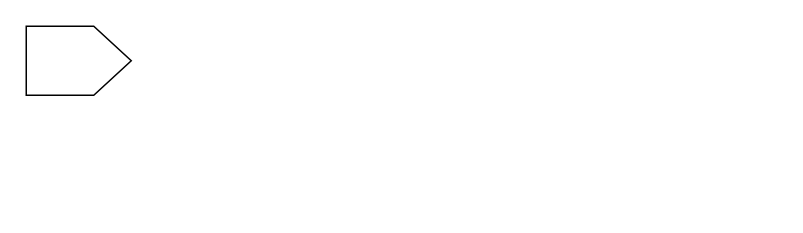
This is lab1/Untitled Diagram.drawio from MoriARosland/sensor-lab, a draw.io file, before an edit. Source tidied: cells renumbered, new cells numbered last; positions are measured from the earlier drawing's top-left corner, leaving out a move shared by most shapes. Both pictures are drawn from the tidied source at 150%, with x=0, y=0 at pixel (26, 26).
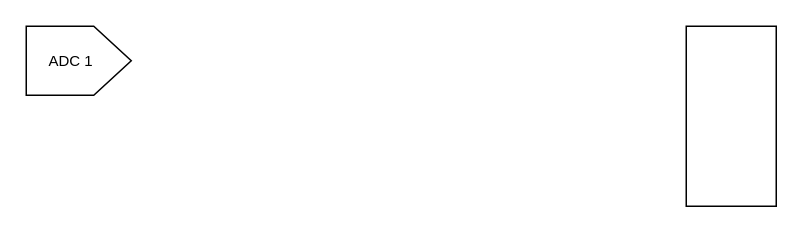
The same page after the edit.

What changed in the source:
```diff
@@
 <mxGraphModel>
   <root>
     <mxCell id="0" />
     <mxCell id="1" parent="0" />
     <mxCell id="2" style="verticalLabelPosition=bottom;shadow=0;dashed=0;align=center;html=1;verticalAlign=top;shape=mxgraph.electrical.abstract.dac;" parent="1" vertex="1">
       <mxGeometry width="70" height="46" as="geometry" />
     </mxCell>
+    <mxCell id="3" value="&lt;font style=&quot;font-size: 10px;&quot;&gt;ADC 1&lt;/font&gt;" style="text;html=1;strokeColor=none;fillColor=none;align=center;verticalAlign=middle;whiteSpace=wrap;rounded=0;" parent="1" vertex="1">
+      <mxGeometry y="8" width="60" height="30" as="geometry" />
+    </mxCell>
+    <mxCell id="4" style="rounded=0;whiteSpace=wrap;html=1;rotation=90;" parent="1" vertex="1">
+      <mxGeometry x="410" y="30" width="120" height="60" as="geometry" />
+    </mxCell>
   </root>
 </mxGraphModel>
```
